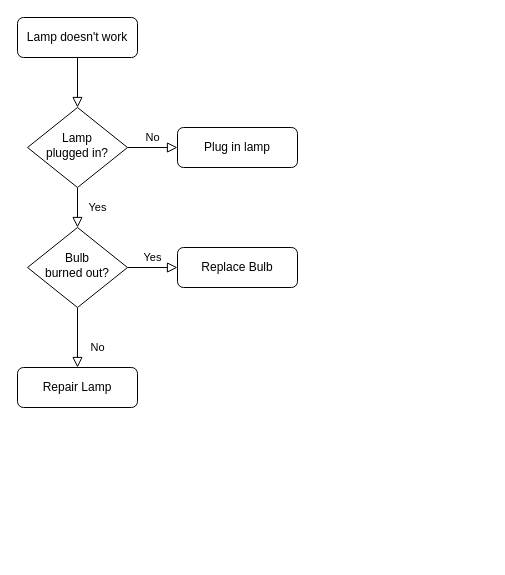
Above: Untitled Diagram.drawio in czq7966/drawio (draw.io), before the change. Source tidied: cells renumbered, new cells numbered last; positions are measured from the earlier drawing's top-left corner, leaving out a move shared by most shapes. Both pictures are drawn from the tidied source at 100%, with x=0, y=0 at pixel (17, 17).
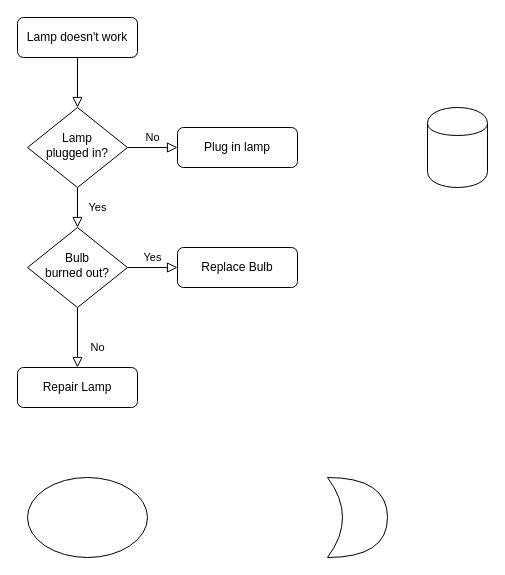
After the change.

Diff of the diagram source:
```diff
@@
 <mxGraphModel>
   <root>
     <mxCell id="0" />
     <mxCell id="1" parent="0" />
     <mxCell id="2" style="rounded=0;html=1;jettySize=auto;fontSize=11;endArrow=block;endFill=0;endSize=8;strokeWidth=1;shadow=0;labelBackgroundColor=none;edgeStyle=orthogonalEdgeStyle;" parent="1" edge="1" source="3" target="6">
       <mxGeometry relative="1" as="geometry" />
     </mxCell>
     <mxCell id="3" value="Lamp doesn't work" style="rounded=1;whiteSpace=wrap;html=1;fontSize=12;glass=0;strokeWidth=1;shadow=0;" parent="1" vertex="1">
       <mxGeometry width="120" height="40" as="geometry" />
     </mxCell>
     <mxCell id="4" value="Yes" style="rounded=0;html=1;jettySize=auto;fontSize=11;endArrow=block;endFill=0;endSize=8;strokeWidth=1;shadow=0;labelBackgroundColor=none;edgeStyle=orthogonalEdgeStyle;" parent="1" edge="1" source="6" target="10">
       <mxGeometry y="20" relative="1" as="geometry" />
     </mxCell>
     <mxCell id="5" value="No" style="edgeStyle=orthogonalEdgeStyle;rounded=0;html=1;jettySize=auto;fontSize=11;endArrow=block;endFill=0;endSize=8;strokeWidth=1;shadow=0;labelBackgroundColor=none;" parent="1" edge="1" source="6" target="7">
       <mxGeometry y="10" relative="1" as="geometry" />
     </mxCell>
     <mxCell id="6" value="Lamp&lt;br&gt;plugged in?" style="rhombus;whiteSpace=wrap;html=1;shadow=0;fontFamily=Helvetica;fontSize=12;align=center;strokeWidth=1;spacing=6;spacingTop=-4;" parent="1" vertex="1">
       <mxGeometry x="10" y="90" width="100" height="80" as="geometry" />
     </mxCell>
     <mxCell id="7" value="Plug in lamp" style="rounded=1;whiteSpace=wrap;html=1;fontSize=12;glass=0;strokeWidth=1;shadow=0;" parent="1" vertex="1">
       <mxGeometry x="160" y="110" width="120" height="40" as="geometry" />
     </mxCell>
     <mxCell id="8" value="No" style="rounded=0;html=1;jettySize=auto;fontSize=11;endArrow=block;endFill=0;endSize=8;strokeWidth=1;shadow=0;labelBackgroundColor=none;edgeStyle=orthogonalEdgeStyle;" parent="1" edge="1" source="10" target="11">
       <mxGeometry x="0.33" y="20" relative="1" as="geometry" />
     </mxCell>
     <mxCell id="9" value="Yes" style="edgeStyle=orthogonalEdgeStyle;rounded=0;html=1;jettySize=auto;fontSize=11;endArrow=block;endFill=0;endSize=8;strokeWidth=1;shadow=0;labelBackgroundColor=none;" parent="1" edge="1" source="10" target="12">
       <mxGeometry y="10" relative="1" as="geometry" />
     </mxCell>
     <mxCell id="10" value="Bulb&lt;br&gt;burned out?" style="rhombus;whiteSpace=wrap;html=1;shadow=0;fontFamily=Helvetica;fontSize=12;align=center;strokeWidth=1;spacing=6;spacingTop=-4;" parent="1" vertex="1">
       <mxGeometry x="10" y="210" width="100" height="80" as="geometry" />
     </mxCell>
     <mxCell id="11" value="Repair Lamp" style="rounded=1;whiteSpace=wrap;html=1;fontSize=12;glass=0;strokeWidth=1;shadow=0;" parent="1" vertex="1">
       <mxGeometry y="350" width="120" height="40" as="geometry" />
     </mxCell>
     <mxCell id="12" value="Replace Bulb" style="rounded=1;whiteSpace=wrap;html=1;fontSize=12;glass=0;strokeWidth=1;shadow=0;" parent="1" vertex="1">
       <mxGeometry x="160" y="230" width="120" height="40" as="geometry" />
     </mxCell>
+    <mxCell id="13" style="ellipse;whiteSpace=wrap;html=1;" parent="1" vertex="1">
+      <mxGeometry x="10" y="460" width="120" height="80" as="geometry" />
+    </mxCell>
+    <mxCell id="14" style="shape=xor;whiteSpace=wrap;html=1;" parent="1" vertex="1">
+      <mxGeometry x="310" y="460" width="60" height="80" as="geometry" />
+    </mxCell>
+    <mxCell id="15" style="shape=cylinder;whiteSpace=wrap;html=1;boundedLbl=1;backgroundOutline=1;" parent="1" vertex="1">
+      <mxGeometry x="410" y="90" width="60" height="80" as="geometry" />
+    </mxCell>
   </root>
 </mxGraphModel>
```
